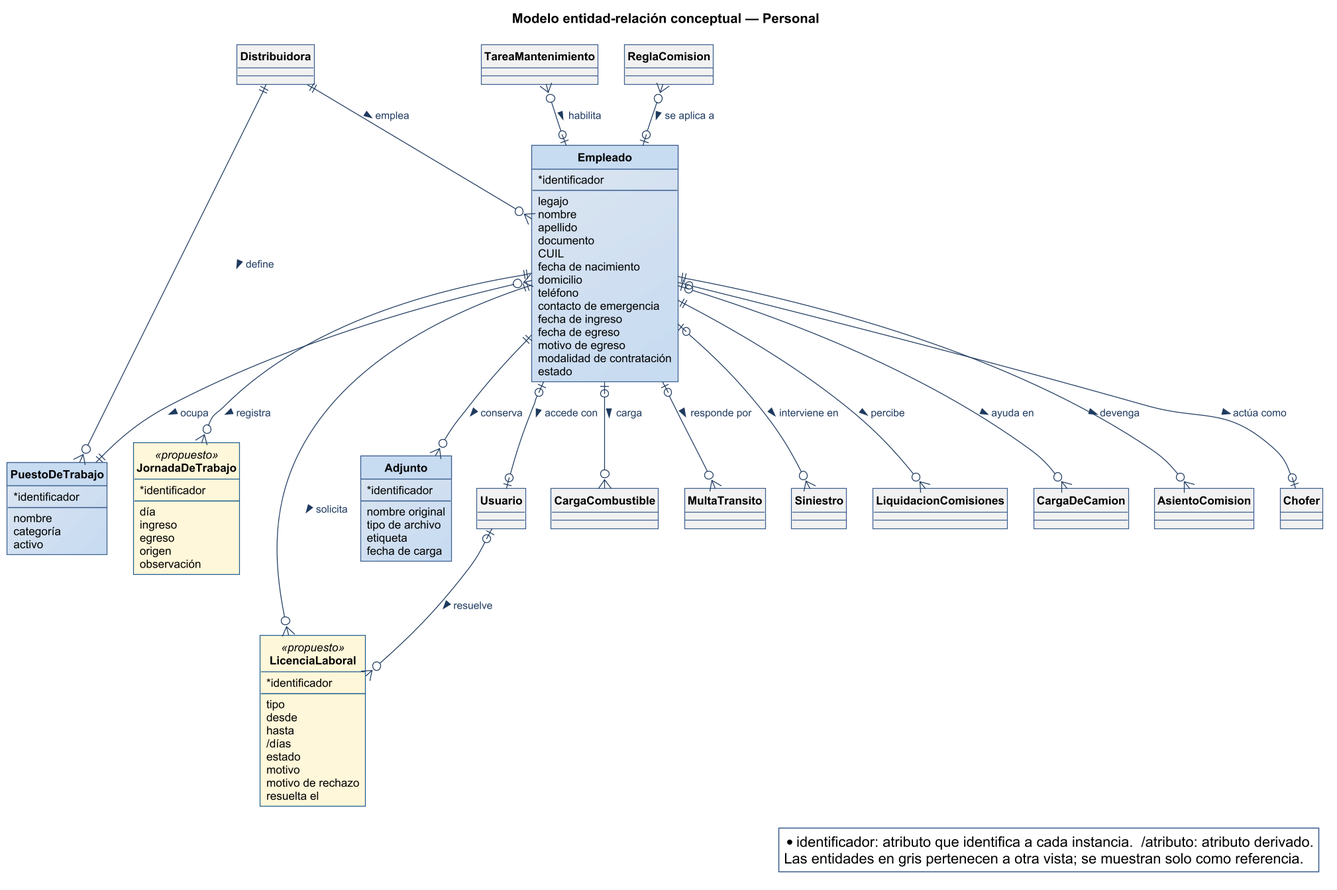
This is diagramas/base-de-datos/conceptual/SPLG-der-06-personal.png from Nahuelito-Dev/splg-docs, a PlantUML export, as it was before one commit.
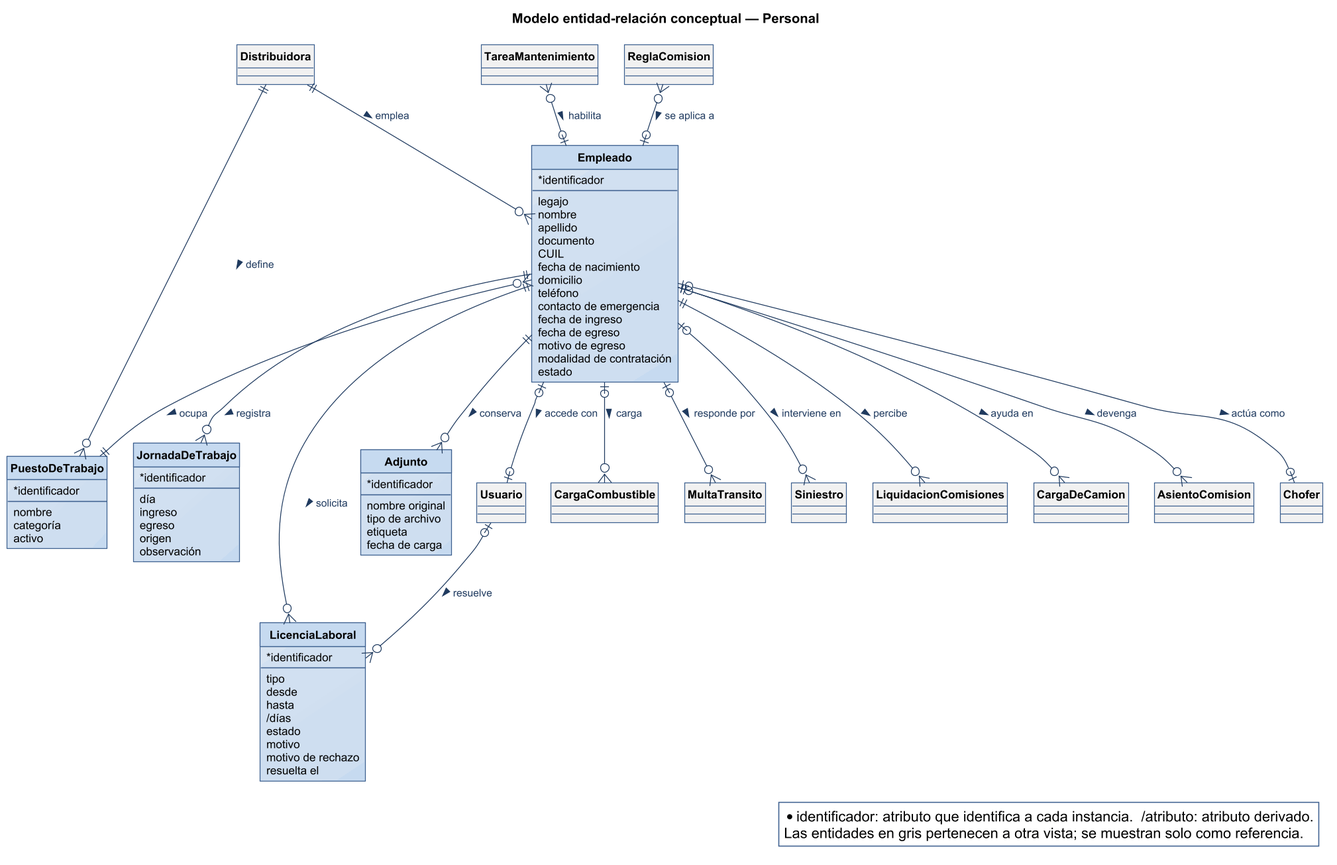
The same diagram one commit later.

What changed in the source:
```diff
@@ -45,7 +45,7 @@
   {field} modalidad de contratación
   {field} estado
 }
-entity JornadaDeTrabajo <<propuesto>> #FFF6D9;line:1F5E8C {
+entity JornadaDeTrabajo {
   * identificador
   --
   {field} día
@@ -54,7 +54,7 @@
   {field} origen
   {field} observación
 }
-entity LicenciaLaboral <<propuesto>> #FFF6D9;line:1F5E8C {
+entity LicenciaLaboral {
   * identificador
   --
   {field} tipo
@@ -103,8 +103,8 @@
 Empleado |o--o| Usuario : accede con >
 ReglaComision }o--o| Empleado : se aplica a >
 Empleado ||--o{ JornadaDeTrabajo : registra >
+Usuario |o--o{ LicenciaLaboral : resuelve >
 Empleado ||--o{ LicenciaLaboral : solicita >
-Usuario |o--o{ LicenciaLaboral : resuelve >
 Empleado |o--o{ CargaCombustible : carga >
 TareaMantenimiento }o--o| Empleado : habilita >
 Empleado |o--o{ MultaTransito : responde por >
```
